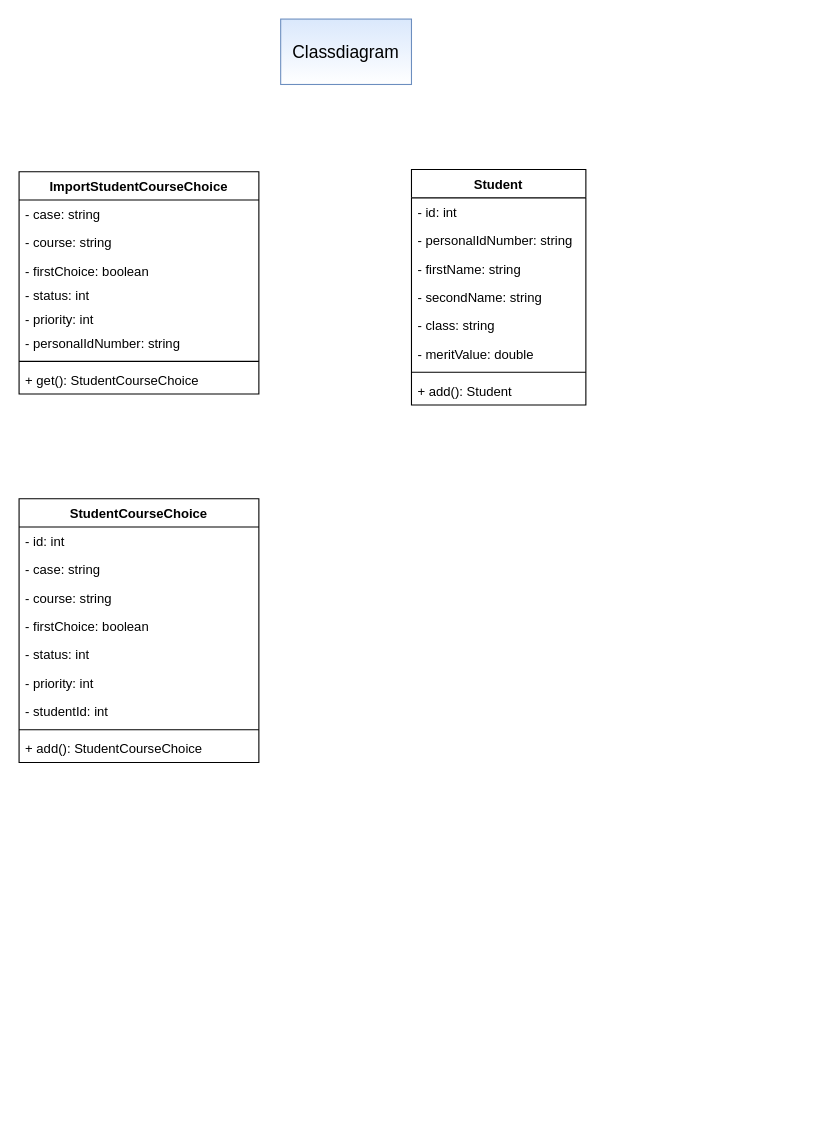
Before: page "Classdiagram" (2 of 3) of Overview group manager.drawio in hk66dev/manage-student-groups, a draw.io diagram. Source tidied: cells renumbered, new cells numbered last; positions are measured from the earlier drawing's top-left corner, leaving out a move shared by most shapes. Both pictures are drawn from the tidied source at 109%, with x=0, y=0 at pixel (19, 19).
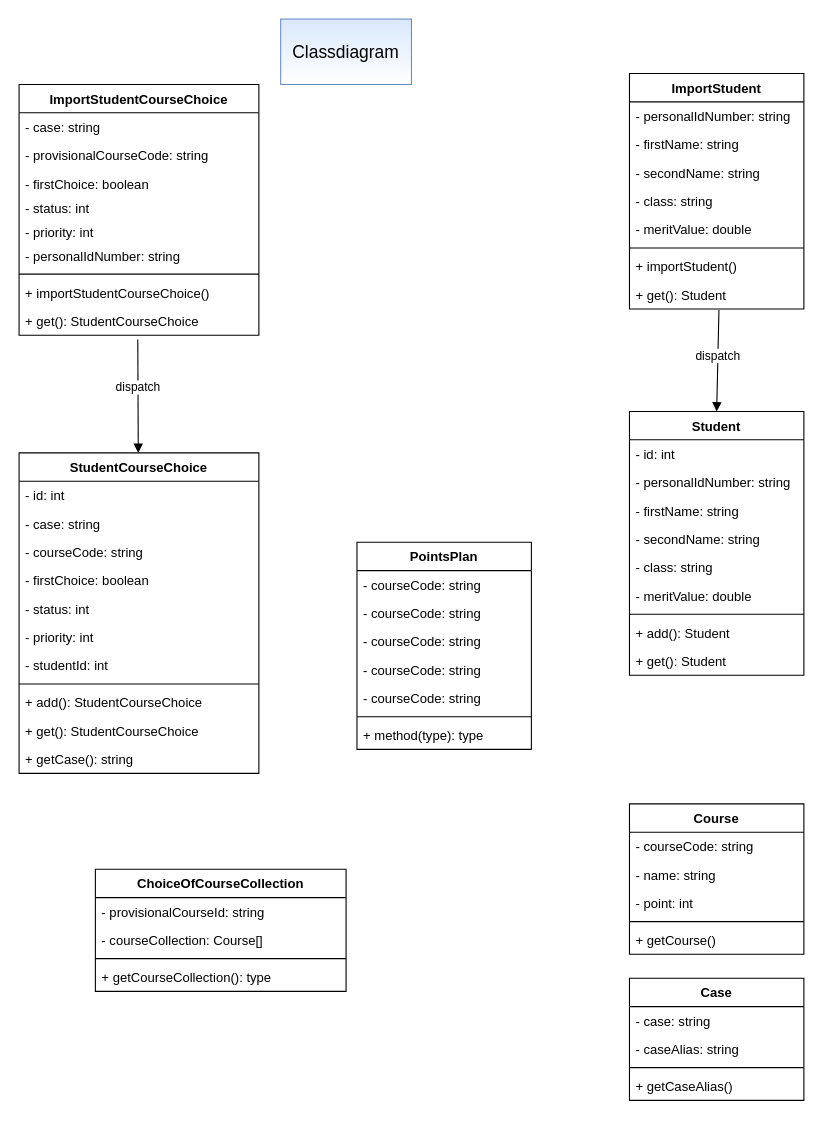
The same page after the edit.

Change to the diagram source:
```diff
@@
     <mxCell id="2" value="ImportStudentCourseChoice&#10;" style="swimlane;fontStyle=1;align=center;verticalAlign=top;horizontal=1;startSize=26;rounded=0;sketch=0;" parent="1" vertex="1">
-      <mxGeometry y="140" width="220" height="204" as="geometry" />
+      <mxGeometry y="60" width="220" height="230" as="geometry" />
     </mxCell>
@@
-    <mxCell id="4" value="- course: string" style="text;strokeColor=none;fillColor=none;align=left;verticalAlign=top;spacingLeft=4;spacingRight=4;overflow=hidden;rounded=0;sketch=0;" parent="2" vertex="1">
+    <mxCell id="4" value="- provisionalCourseCode: string" style="text;strokeColor=none;fillColor=none;align=left;verticalAlign=top;spacingLeft=4;spacingRight=4;overflow=hidden;rounded=0;sketch=0;" parent="2" vertex="1">
       <mxGeometry y="52" width="220" height="26" as="geometry" />
     </mxCell>
@@
-    <mxCell id="10" value="+ get(): StudentCourseChoice" style="text;strokeColor=none;fillColor=none;align=left;verticalAlign=top;spacingLeft=4;spacingRight=4;overflow=hidden;rounded=0;sketch=0;" parent="2" vertex="1">
+    <mxCell id="10" value="+ importStudentCourseChoice()" style="text;strokeColor=none;fillColor=none;align=left;verticalAlign=top;spacingLeft=4;spacingRight=4;overflow=hidden;rounded=0;sketch=0;" parent="2" vertex="1">
       <mxGeometry y="178" width="220" height="26" as="geometry" />
     </mxCell>
+    <mxCell id="31" value="+ get(): StudentCourseChoice" style="text;strokeColor=none;fillColor=none;align=left;verticalAlign=top;spacingLeft=4;spacingRight=4;overflow=hidden;points=[[0,0.5],[1,0.5]];portConstraint=eastwest;rounded=0;sketch=0;" parent="2" vertex="1">
+      <mxGeometry y="204" width="220" height="26" as="geometry" />
+    </mxCell>
     <mxCell id="11" value="Student" style="swimlane;fontStyle=1;align=center;verticalAlign=top;horizontal=1;startSize=26;rounded=0;sketch=0;" parent="1" vertex="1">
-      <mxGeometry x="360" y="138" width="160" height="216" as="geometry" />
+      <mxGeometry x="560" y="360" width="160" height="242" as="geometry" />
     </mxCell>
@@
+    <mxCell id="32" value="+ get(): Student" style="text;strokeColor=none;fillColor=none;align=left;verticalAlign=top;spacingLeft=4;spacingRight=4;overflow=hidden;rounded=0;sketch=0;" parent="11" vertex="1">
+      <mxGeometry y="216" width="160" height="26" as="geometry" />
+    </mxCell>
@@
     <mxCell id="21" value="StudentCourseChoice" style="swimlane;fontStyle=1;align=center;verticalAlign=top;horizontal=1;startSize=26;rounded=0;sketch=0;fontSize=12;gradientColor=#ffffff;" parent="1" vertex="1">
-      <mxGeometry y="440" width="220" height="242" as="geometry" />
+      <mxGeometry y="398" width="220" height="294" as="geometry" />
     </mxCell>
@@
-    <mxCell id="24" value="- course: string" style="text;strokeColor=none;fillColor=none;align=left;verticalAlign=top;spacingLeft=4;spacingRight=4;overflow=hidden;rounded=0;sketch=0;fontSize=12;" parent="21" vertex="1">
+    <mxCell id="24" value="- courseCode: string" style="text;strokeColor=none;fillColor=none;align=left;verticalAlign=top;spacingLeft=4;spacingRight=4;overflow=hidden;rounded=0;sketch=0;fontSize=12;" parent="21" vertex="1">
       <mxGeometry y="78" width="220" height="26" as="geometry" />
     </mxCell>
@@
+    <mxCell id="33" value="+ get(): StudentCourseChoice" style="text;strokeColor=none;fillColor=none;align=left;verticalAlign=top;spacingLeft=4;spacingRight=4;overflow=hidden;rounded=0;sketch=0;fontSize=12;" parent="21" vertex="1">
+      <mxGeometry y="242" width="220" height="26" as="geometry" />
+    </mxCell>
+    <mxCell id="34" value="+ getCase(): string" style="text;strokeColor=none;fillColor=none;align=left;verticalAlign=top;spacingLeft=4;spacingRight=4;overflow=hidden;rounded=0;sketch=0;" parent="21" vertex="1">
+      <mxGeometry y="268" width="220" height="26" as="geometry" />
+    </mxCell>
+    <mxCell id="35" value="ImportStudent" style="swimlane;fontStyle=1;align=center;verticalAlign=top;horizontal=1;startSize=26;" parent="1" vertex="1">
+      <mxGeometry x="560" y="50" width="160" height="216" as="geometry" />
+    </mxCell>
+    <mxCell id="36" value="- personalIdNumber: string" style="text;strokeColor=none;fillColor=none;align=left;verticalAlign=top;spacingLeft=4;spacingRight=4;overflow=hidden;" parent="35" vertex="1">
+      <mxGeometry y="26" width="160" height="26" as="geometry" />
+    </mxCell>
+    <mxCell id="37" value="- firstName: string" style="text;strokeColor=none;fillColor=none;align=left;verticalAlign=top;spacingLeft=4;spacingRight=4;overflow=hidden;" parent="35" vertex="1">
+      <mxGeometry y="52" width="160" height="26" as="geometry" />
+    </mxCell>
+    <mxCell id="38" value="- secondName: string" style="text;strokeColor=none;fillColor=none;align=left;verticalAlign=top;spacingLeft=4;spacingRight=4;overflow=hidden;" parent="35" vertex="1">
+      <mxGeometry y="78" width="160" height="26" as="geometry" />
+    </mxCell>
+    <mxCell id="39" value="- class: string" style="text;strokeColor=none;fillColor=none;align=left;verticalAlign=top;spacingLeft=4;spacingRight=4;overflow=hidden;" parent="35" vertex="1">
+      <mxGeometry y="104" width="160" height="26" as="geometry" />
+    </mxCell>
+    <mxCell id="40" value="- meritValue: double" style="text;strokeColor=none;fillColor=none;align=left;verticalAlign=top;spacingLeft=4;spacingRight=4;overflow=hidden;" parent="35" vertex="1">
+      <mxGeometry y="130" width="160" height="26" as="geometry" />
+    </mxCell>
+    <mxCell id="41" style="line;strokeWidth=1;fillColor=none;align=left;verticalAlign=middle;spacingTop=-1;spacingLeft=3;spacingRight=3;labelPosition=right;" parent="35" vertex="1">
+      <mxGeometry y="156" width="160" height="8" as="geometry" />
+    </mxCell>
+    <mxCell id="42" value="+ importStudent()" style="text;strokeColor=none;fillColor=none;align=left;verticalAlign=top;spacingLeft=4;spacingRight=4;overflow=hidden;" parent="35" vertex="1">
+      <mxGeometry y="164" width="160" height="26" as="geometry" />
+    </mxCell>
+    <mxCell id="43" value="+ get(): Student" style="text;strokeColor=none;fillColor=none;align=left;verticalAlign=top;spacingLeft=4;spacingRight=4;overflow=hidden;points=[[0,0.5],[1,0.5]];portConstraint=eastwest;" parent="35" vertex="1">
+      <mxGeometry y="190" width="160" height="26" as="geometry" />
+    </mxCell>
+    <mxCell id="44" value="Case" style="swimlane;fontStyle=1;align=center;verticalAlign=top;horizontal=1;startSize=26;" parent="1" vertex="1">
+      <mxGeometry x="560" y="880" width="160" height="112" as="geometry" />
+    </mxCell>
+    <mxCell id="45" value="- case: string" style="text;strokeColor=none;fillColor=none;align=left;verticalAlign=top;spacingLeft=4;spacingRight=4;overflow=hidden;" parent="44" vertex="1">
+      <mxGeometry y="26" width="160" height="26" as="geometry" />
+    </mxCell>
+    <mxCell id="46" value="- caseAlias: string" style="text;strokeColor=none;fillColor=none;align=left;verticalAlign=top;spacingLeft=4;spacingRight=4;overflow=hidden;" parent="44" vertex="1">
+      <mxGeometry y="52" width="160" height="26" as="geometry" />
+    </mxCell>
+    <mxCell id="47" style="line;strokeWidth=1;fillColor=none;align=left;verticalAlign=middle;spacingTop=-1;spacingLeft=3;spacingRight=3;labelPosition=right;" parent="44" vertex="1">
+      <mxGeometry y="78" width="160" height="8" as="geometry" />
+    </mxCell>
+    <mxCell id="48" value="+ getCaseAlias()" style="text;strokeColor=none;fillColor=none;align=left;verticalAlign=top;spacingLeft=4;spacingRight=4;overflow=hidden;" parent="44" vertex="1">
+      <mxGeometry y="86" width="160" height="26" as="geometry" />
+    </mxCell>
+    <mxCell id="49" value="Course" style="swimlane;fontStyle=1;align=center;verticalAlign=top;horizontal=1;startSize=26;" parent="1" vertex="1">
+      <mxGeometry x="560" y="720" width="160" height="138" as="geometry" />
+    </mxCell>
+    <mxCell id="50" value="- courseCode: string" style="text;strokeColor=none;fillColor=none;align=left;verticalAlign=top;spacingLeft=4;spacingRight=4;overflow=hidden;" parent="49" vertex="1">
+      <mxGeometry y="26" width="160" height="26" as="geometry" />
+    </mxCell>
+    <mxCell id="51" value="- name: string" style="text;strokeColor=none;fillColor=none;align=left;verticalAlign=top;spacingLeft=4;spacingRight=4;overflow=hidden;" parent="49" vertex="1">
+      <mxGeometry y="52" width="160" height="26" as="geometry" />
+    </mxCell>
+    <mxCell id="52" value="- point: int" style="text;strokeColor=none;fillColor=none;align=left;verticalAlign=top;spacingLeft=4;spacingRight=4;overflow=hidden;" parent="49" vertex="1">
+      <mxGeometry y="78" width="160" height="26" as="geometry" />
+    </mxCell>
+    <mxCell id="53" style="line;strokeWidth=1;fillColor=none;align=left;verticalAlign=middle;spacingTop=-1;spacingLeft=3;spacingRight=3;labelPosition=right;" parent="49" vertex="1">
+      <mxGeometry y="104" width="160" height="8" as="geometry" />
+    </mxCell>
+    <mxCell id="54" value="+ getCourse()" style="text;strokeColor=none;fillColor=none;align=left;verticalAlign=top;spacingLeft=4;spacingRight=4;overflow=hidden;" parent="49" vertex="1">
+      <mxGeometry y="112" width="160" height="26" as="geometry" />
+    </mxCell>
+    <mxCell id="55" value="ChoiceOfCourseCollection" style="swimlane;fontStyle=1;align=center;verticalAlign=top;horizontal=1;startSize=26;" parent="1" vertex="1">
+      <mxGeometry x="70" y="780" width="230" height="112" as="geometry" />
+    </mxCell>
+    <mxCell id="56" value="- provisionalCourseId: string" style="text;strokeColor=none;fillColor=none;align=left;verticalAlign=top;spacingLeft=4;spacingRight=4;overflow=hidden;" parent="55" vertex="1">
+      <mxGeometry y="26" width="230" height="26" as="geometry" />
+    </mxCell>
+    <mxCell id="57" value="- courseCollection: Course[]" style="text;strokeColor=none;fillColor=none;align=left;verticalAlign=top;spacingLeft=4;spacingRight=4;overflow=hidden;" parent="55" vertex="1">
+      <mxGeometry y="52" width="230" height="26" as="geometry" />
+    </mxCell>
+    <mxCell id="58" style="line;strokeWidth=1;fillColor=none;align=left;verticalAlign=middle;spacingTop=-1;spacingLeft=3;spacingRight=3;labelPosition=right;" parent="55" vertex="1">
+      <mxGeometry y="78" width="230" height="8" as="geometry" />
+    </mxCell>
+    <mxCell id="59" value="+ getCourseCollection(): type" style="text;strokeColor=none;fillColor=none;align=left;verticalAlign=top;spacingLeft=4;spacingRight=4;overflow=hidden;" parent="55" vertex="1">
+      <mxGeometry y="86" width="230" height="26" as="geometry" />
+    </mxCell>
+    <mxCell id="60" value="dispatch" style="html=1;verticalAlign=bottom;endArrow=block;rounded=0;exitX=0.495;exitY=1.154;exitDx=0;exitDy=0;exitPerimeter=0;" parent="1" edge="1" source="31" target="21">
+      <mxGeometry x="0.02" relative="1" as="geometry" />
+    </mxCell>
+    <mxCell id="61" value="dispatch" style="html=1;verticalAlign=bottom;endArrow=block;rounded=0;entryX=0.5;entryY=0;entryDx=0;entryDy=0;exitX=0.513;exitY=1.038;exitDx=0;exitDy=0;exitPerimeter=0;" parent="1" edge="1" source="43" target="11">
+      <mxGeometry x="0.09" relative="1" as="geometry" />
+    </mxCell>
+    <mxCell id="62" value="PointsPlan" style="swimlane;fontStyle=1;align=center;verticalAlign=top;horizontal=1;startSize=26;" parent="1" vertex="1">
+      <mxGeometry x="310" y="480" width="160" height="190" as="geometry" />
+    </mxCell>
+    <mxCell id="63" value="- courseCode: string" style="text;strokeColor=none;fillColor=none;align=left;verticalAlign=top;spacingLeft=4;spacingRight=4;overflow=hidden;" parent="62" vertex="1">
+      <mxGeometry y="26" width="160" height="26" as="geometry" />
+    </mxCell>
+    <mxCell id="64" value="- courseCode: string" style="text;strokeColor=none;fillColor=none;align=left;verticalAlign=top;spacingLeft=4;spacingRight=4;overflow=hidden;" parent="62" vertex="1">
+      <mxGeometry y="52" width="160" height="26" as="geometry" />
+    </mxCell>
+    <mxCell id="65" value="- courseCode: string" style="text;strokeColor=none;fillColor=none;align=left;verticalAlign=top;spacingLeft=4;spacingRight=4;overflow=hidden;" parent="62" vertex="1">
+      <mxGeometry y="78" width="160" height="26" as="geometry" />
+    </mxCell>
+    <mxCell id="66" value="- courseCode: string" style="text;strokeColor=none;fillColor=none;align=left;verticalAlign=top;spacingLeft=4;spacingRight=4;overflow=hidden;" parent="62" vertex="1">
+      <mxGeometry y="104" width="160" height="26" as="geometry" />
+    </mxCell>
+    <mxCell id="67" value="- courseCode: string" style="text;strokeColor=none;fillColor=none;align=left;verticalAlign=top;spacingLeft=4;spacingRight=4;overflow=hidden;" parent="62" vertex="1">
+      <mxGeometry y="130" width="160" height="26" as="geometry" />
+    </mxCell>
+    <mxCell id="68" style="line;strokeWidth=1;fillColor=none;align=left;verticalAlign=middle;spacingTop=-1;spacingLeft=3;spacingRight=3;labelPosition=right;" parent="62" vertex="1">
+      <mxGeometry y="156" width="160" height="8" as="geometry" />
+    </mxCell>
+    <mxCell id="69" value="+ method(type): type" style="text;strokeColor=none;fillColor=none;align=left;verticalAlign=top;spacingLeft=4;spacingRight=4;overflow=hidden;" parent="62" vertex="1">
+      <mxGeometry y="164" width="160" height="26" as="geometry" />
+    </mxCell>
```
